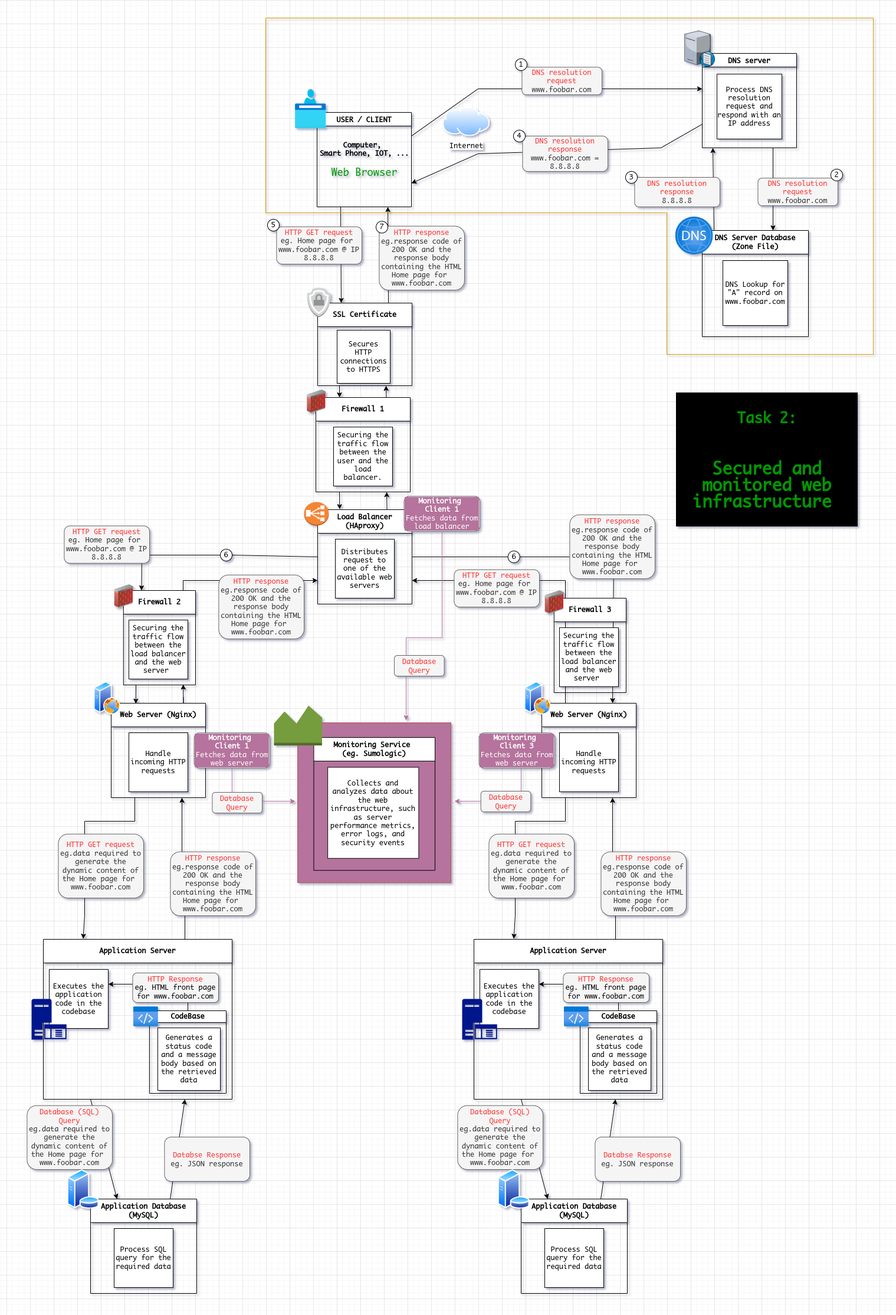
EskiasYilma/alx-system_engineering-devops keeps this draw.io diagram as 0x09-web_infrastructure_design/2-secured_and_monitored_web_infrastructure.png. Above is the earlier version. Source tidied: cells renumbered, new cells last; positions are measured from the earlier drawing's top-left corner, leaving out a move shared by most shapes.
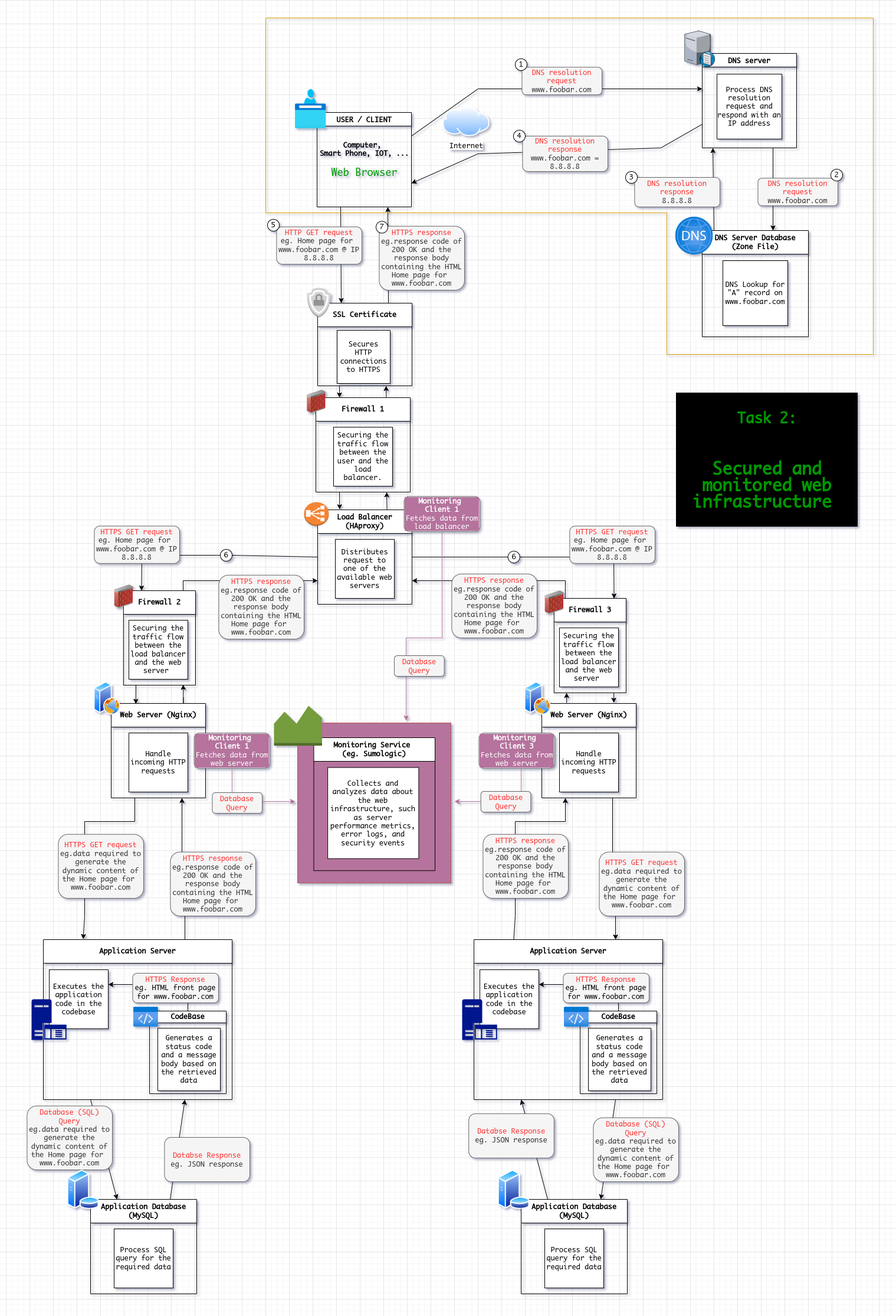
After the commit.

Diff of the diagram source:
```diff
@@ -24,7 +24,7 @@
     <mxCell id="7" style="group;fontFamily=Monaco;" parent="2" vertex="1">
       <mxGeometry x="137" y="37" width="160" height="70" as="geometry" />
     </mxCell>
-    <mxCell id="8" value="&lt;font color=&quot;#ff3333&quot;&gt;HTTP Response&lt;/font&gt;&lt;br&gt;&lt;font color=&quot;#000000&quot;&gt;eg. HTML front page for www.foobar.com&lt;/font&gt;" style="rounded=1;whiteSpace=wrap;html=1;fillColor=#f5f5f5;strokeColor=#666666;fontColor=#333333;fontFamily=Monaco;" parent="7" vertex="1">
+    <mxCell id="8" value="&lt;font color=&quot;#ff3333&quot;&gt;HTTPS Response&lt;/font&gt;&lt;br&gt;&lt;font color=&quot;#000000&quot;&gt;eg. HTML front page for www.foobar.com&lt;/font&gt;" style="rounded=1;whiteSpace=wrap;html=1;fillColor=#f5f5f5;strokeColor=#666666;fontColor=#333333;fontFamily=Monaco;" parent="7" vertex="1">
       <mxGeometry x="14.4" y="20" width="145.6" height="50" as="geometry" />
     </mxCell>
     <mxCell id="9" style="html=1;align=center;image;fontSize=12;image=img/lib/azure2/general/Code.svg;labelBackgroundColor=#000000;fontFamily=Monaco;fontColor=#009900;" parent="2" vertex="1">
@@ -137,7 +137,7 @@
     <mxCell id="37" style="group;fontFamily=Monaco;" parent="1" vertex="1">
       <mxGeometry x="53" y="1361" width="160" height="130" as="geometry" />
     </mxCell>
-    <mxCell id="38" value="&lt;font color=&quot;#ff3333&quot;&gt;HTTP GET request&lt;br&gt;&lt;/font&gt;eg.data required to generate the dynamic content of the Home page for&amp;nbsp;&lt;br&gt;www.foobar.com" style="rounded=1;whiteSpace=wrap;html=1;fillColor=#f5f5f5;strokeColor=#666666;fontColor=#333333;fontFamily=Monaco;" parent="37" vertex="1">
+    <mxCell id="38" value="&lt;font color=&quot;#ff3333&quot;&gt;HTTPS GET request&lt;br&gt;&lt;/font&gt;eg.data required to generate the dynamic content of the Home page for&amp;nbsp;&lt;br&gt;www.foobar.com" style="rounded=1;whiteSpace=wrap;html=1;fillColor=#f5f5f5;strokeColor=#666666;fontColor=#333333;fontFamily=Monaco;" parent="37" vertex="1">
       <mxGeometry x="15.4" y="21.7" width="144.6" height="108.3" as="geometry" />
     </mxCell>
     <mxCell id="39" value="Application Database (MySQL)" style="swimlane;whiteSpace=wrap;startSize=40;fontFamily=Monaco;" parent="1" vertex="1">
@@ -175,7 +175,7 @@
     <mxCell id="48" style="group;fontFamily=Monaco;" parent="1" vertex="1">
       <mxGeometry x="243" y="1391" width="160" height="130" as="geometry" />
     </mxCell>
-    <mxCell id="49" value="&lt;font color=&quot;#ff3333&quot;&gt;HTTP response&lt;br&gt;&lt;/font&gt;eg.response code of 200 OK and the response body containing the HTML Home page for&amp;nbsp;&lt;br&gt;www.foobar.com" style="rounded=1;whiteSpace=wrap;html=1;fillColor=#f5f5f5;strokeColor=#666666;fontColor=#333333;fontFamily=Monaco;" parent="48" vertex="1">
+    <mxCell id="49" value="&lt;font color=&quot;#ff3333&quot;&gt;HTTPS response&lt;br&gt;&lt;/font&gt;eg.response code of 200 OK and the response body containing the HTML Home page for&amp;nbsp;&lt;br&gt;www.foobar.com" style="rounded=1;whiteSpace=wrap;html=1;fillColor=#f5f5f5;strokeColor=#666666;fontColor=#333333;fontFamily=Monaco;" parent="48" vertex="1">
       <mxGeometry x="15.4" y="21.7" width="144.6" height="108.3" as="geometry" />
     </mxCell>
     <mxCell id="50" style="endArrow=classic;html=1;rounded=0;fontColor=#000000;entryX=0.75;entryY=1;entryDx=0;entryDy=0;fontFamily=Monaco;exitX=0.75;exitY=0;exitDx=0;exitDy=0;" parent="1" edge="1" source="113" target="16">
@@ -253,7 +253,7 @@
     <mxCell id="68" style="group;fontFamily=Monaco;" parent="63" vertex="1">
       <mxGeometry x="137" y="37" width="160" height="70" as="geometry" />
     </mxCell>
-    <mxCell id="69" value="&lt;font color=&quot;#ff3333&quot;&gt;HTTP Response&lt;/font&gt;&lt;br&gt;&lt;font color=&quot;#000000&quot;&gt;eg. HTML front page for www.foobar.com&lt;/font&gt;" style="rounded=1;whiteSpace=wrap;html=1;fillColor=#f5f5f5;strokeColor=#666666;fontColor=#333333;fontFamily=Monaco;" parent="68" vertex="1">
+    <mxCell id="69" value="&lt;font color=&quot;#ff3333&quot;&gt;HTTPS Response&lt;/font&gt;&lt;br&gt;&lt;font color=&quot;#000000&quot;&gt;eg. HTML front page for www.foobar.com&lt;/font&gt;" style="rounded=1;whiteSpace=wrap;html=1;fillColor=#f5f5f5;strokeColor=#666666;fontColor=#333333;fontFamily=Monaco;" parent="68" vertex="1">
       <mxGeometry x="14.4" y="20" width="145.6" height="50" as="geometry" />
     </mxCell>
     <mxCell id="70" style="html=1;align=center;image;fontSize=12;image=img/lib/azure2/general/Code.svg;labelBackgroundColor=#000000;fontFamily=Monaco;fontColor=#009900;" parent="63" vertex="1">
@@ -265,57 +265,45 @@
     <mxCell id="72" value="Handle incoming HTTP requests" style="whiteSpace=wrap;html=1;spacing=3;fontFamily=Monaco;" parent="71" vertex="1">
       <mxGeometry x="30" y="50" width="100" height="100" as="geometry" />
     </mxCell>
-    <mxCell id="73" style="endArrow=classic;html=1;rounded=0;exitX=0.25;exitY=1;exitDx=0;exitDy=0;entryX=0.211;entryY=-0.003;entryDx=0;entryDy=0;entryPerimeter=0;fontFamily=Monaco;" parent="1" edge="1" source="71" target="63">
+    <mxCell id="73" style="endArrow=classic;html=1;rounded=0;exitX=0.211;exitY=-0.003;exitDx=0;exitDy=0;entryX=0.25;entryY=1;entryDx=0;entryDy=0;fontFamily=Monaco;exitPerimeter=0;" parent="1" edge="1" source="63" target="71">
       <mxGeometry relative="1" as="geometry">
         <Array as="points">
+          <mxPoint x="843" y="1521" />
+          <mxPoint x="843" y="1361" />
           <mxPoint x="928" y="1361" />
-          <mxPoint x="843" y="1361" />
-          <mxPoint x="843" y="1521" />
         </Array>
       </mxGeometry>
     </mxCell>
-    <mxCell id="74" style="group;fontFamily=Monaco;" parent="1" vertex="1">
-      <mxGeometry x="783" y="1361" width="160" height="130" as="geometry" />
-    </mxCell>
-    <mxCell id="75" value="&lt;font color=&quot;#ff3333&quot;&gt;HTTP GET request&lt;br&gt;&lt;/font&gt;eg.data required to generate the dynamic content of the Home page for&amp;nbsp;&lt;br&gt;www.foobar.com" style="rounded=1;whiteSpace=wrap;html=1;fillColor=#f5f5f5;strokeColor=#666666;fontColor=#333333;fontFamily=Monaco;" parent="74" vertex="1">
-      <mxGeometry x="15.4" y="21.7" width="144.6" height="108.3" as="geometry" />
-    </mxCell>
     <mxCell id="76" value="Application Database (MySQL)" style="swimlane;whiteSpace=wrap;startSize=40;fontFamily=Monaco;" parent="1" vertex="1">
       <mxGeometry x="853" y="2001" width="180" height="160" as="geometry" />
     </mxCell>
     <mxCell id="77" value="Process SQL query for the required data" style="whiteSpace=wrap;html=1;fontFamily=Monaco;" parent="76" vertex="1">
       <mxGeometry x="40" y="50" width="100" height="100" as="geometry" />
     </mxCell>
-    <mxCell id="78" style="endArrow=classic;html=1;rounded=0;fontColor=#FF3333;entryX=0.25;entryY=0;entryDx=0;entryDy=0;exitX=0.25;exitY=1;exitDx=0;exitDy=0;fontFamily=Monaco;" parent="1" edge="1" source="63" target="76">
+    <mxCell id="78" style="endArrow=classic;html=1;rounded=0;fontColor=#FF3333;entryX=0.25;entryY=1;entryDx=0;entryDy=0;exitX=0.25;exitY=0;exitDx=0;exitDy=0;fontFamily=Monaco;" parent="1" edge="1" source="76" target="63">
       <mxGeometry relative="1" as="geometry" />
     </mxCell>
-    <mxCell id="79" style="group;fontFamily=Monaco;" parent="1" vertex="1">
-      <mxGeometry x="730" y="1821" width="160" height="130" as="geometry" />
-    </mxCell>
-    <mxCell id="80" value="&lt;font color=&quot;#ff3333&quot;&gt;Database (SQL) Query&lt;br&gt;&lt;/font&gt;eg.data required to generate the dynamic content of the Home page for&amp;nbsp;&lt;br&gt;www.foobar.com" style="rounded=1;whiteSpace=wrap;html=1;fillColor=#f5f5f5;strokeColor=#666666;fontColor=#333333;fontFamily=Monaco;" parent="79" vertex="1">
-      <mxGeometry x="15.4" y="21.7" width="144.6" height="108.3" as="geometry" />
-    </mxCell>
-    <mxCell id="81" style="endArrow=classic;html=1;rounded=0;fontColor=#FF3333;exitX=0.75;exitY=0;exitDx=0;exitDy=0;fontFamily=Monaco;entryX=0.75;entryY=1;entryDx=0;entryDy=0;" parent="1" edge="1" source="76" target="63">
+    <mxCell id="81" style="endArrow=classic;html=1;rounded=0;fontColor=#FF3333;exitX=0.75;exitY=1;exitDx=0;exitDy=0;fontFamily=Monaco;entryX=0.75;entryY=0;entryDx=0;entryDy=0;" parent="1" edge="1" source="63" target="76">
       <mxGeometry relative="1" as="geometry" />
     </mxCell>
     <mxCell id="82" style="group;fontFamily=Monaco;" parent="1" vertex="1">
-      <mxGeometry x="963" y="1881" width="160" height="90" as="geometry" />
+      <mxGeometry x="748.8" y="1840.8" width="160" height="90" as="geometry" />
     </mxCell>
     <mxCell id="83" value="&lt;font color=&quot;#ff3333&quot;&gt;Databse Response&lt;br&gt;&lt;/font&gt;eg. JSON response" style="rounded=1;whiteSpace=wrap;html=1;fillColor=#f5f5f5;strokeColor=#666666;fontColor=#333333;fontFamily=Monaco;" parent="82" vertex="1">
       <mxGeometry x="15.4" y="15" width="144.6" height="75" as="geometry" />
     </mxCell>
-    <mxCell id="84" style="endArrow=classic;html=1;rounded=0;fontColor=#000000;exitX=0.75;exitY=0;exitDx=0;exitDy=0;entryX=0.75;entryY=1;entryDx=0;entryDy=0;fontFamily=Monaco;" parent="1" edge="1" source="63" target="71">
+    <mxCell id="84" style="endArrow=classic;html=1;rounded=0;fontColor=#000000;exitX=0.75;exitY=1;exitDx=0;exitDy=0;entryX=0.75;entryY=0;entryDx=0;entryDy=0;fontFamily=Monaco;" parent="1" edge="1" source="71" target="63">
       <mxGeometry relative="1" as="geometry">
         <Array as="points">
+          <mxPoint x="1008" y="1481" />
           <mxPoint x="1013" y="1481" />
-          <mxPoint x="1008" y="1481" />
         </Array>
       </mxGeometry>
     </mxCell>
     <mxCell id="85" style="group;fontFamily=Monaco;" parent="1" vertex="1">
-      <mxGeometry x="973" y="1391" width="160" height="130" as="geometry" />
+      <mxGeometry x="773" y="1361" width="160" height="130" as="geometry" />
     </mxCell>
-    <mxCell id="86" value="&lt;font color=&quot;#ff3333&quot;&gt;HTTP response&lt;br&gt;&lt;/font&gt;eg.response code of 200 OK and the response body containing the HTML Home page for&amp;nbsp;&lt;br&gt;www.foobar.com" style="rounded=1;whiteSpace=wrap;html=1;fillColor=#f5f5f5;strokeColor=#666666;fontColor=#333333;fontFamily=Monaco;" parent="85" vertex="1">
+    <mxCell id="86" value="&lt;font color=&quot;#ff3333&quot;&gt;HTTPS response&lt;br&gt;&lt;/font&gt;eg.response code of 200 OK and the response body containing the HTML Home page for&amp;nbsp;&lt;br&gt;www.foobar.com" style="rounded=1;whiteSpace=wrap;html=1;fillColor=#f5f5f5;strokeColor=#666666;fontColor=#333333;fontFamily=Monaco;" parent="85" vertex="1">
       <mxGeometry x="15.4" y="21.7" width="144.6" height="108.3" as="geometry" />
     </mxCell>
     <mxCell id="87" style="perimeter=ellipsePerimeter;html=1;align=center;shadow=0;dashed=0;spacingTop=3;image;image=img/lib/active_directory/database_server.svg;fontFamily=Monaco;fontSize=17;fontColor=#009900;" parent="1" vertex="1">
@@ -344,9 +332,9 @@
       </mxGeometry>
     </mxCell>
     <mxCell id="94" style="group;fontFamily=Monaco;" parent="1" vertex="1">
-      <mxGeometry x="63" y="847.8" width="160" height="76" as="geometry" />
+      <mxGeometry x="114" y="847.8" width="160" height="76" as="geometry" />
     </mxCell>
-    <mxCell id="95" value="&lt;font color=&quot;#ff3333&quot;&gt;HTTP GET request&lt;br&gt;&lt;/font&gt;eg. Home page for&amp;nbsp;&lt;br&gt;www.foobar.com @ IP 8.8.8.8" style="rounded=1;whiteSpace=wrap;html=1;fillColor=#f5f5f5;strokeColor=#666666;fontColor=#333333;fontFamily=Monaco;" parent="94" vertex="1">
+    <mxCell id="95" value="&lt;font color=&quot;#ff3333&quot;&gt;HTTPS GET request&lt;br&gt;&lt;/font&gt;eg. Home page for&amp;nbsp;&lt;br&gt;www.foobar.com @ IP 8.8.8.8" style="rounded=1;whiteSpace=wrap;html=1;fillColor=#f5f5f5;strokeColor=#666666;fontColor=#333333;fontFamily=Monaco;" parent="94" vertex="1">
       <mxGeometry x="15.4" y="12.7" width="144.6" height="63.3" as="geometry" />
     </mxCell>
     <mxCell id="96" style="endArrow=classic;html=1;rounded=0;entryX=0;entryY=0.75;entryDx=0;entryDy=0;" parent="1" edge="1" target="120">
@@ -360,23 +348,17 @@
     <mxCell id="97" style="group;fontFamily=Monaco;" parent="1" vertex="1">
       <mxGeometry x="325" y="922" width="160" height="130" as="geometry" />
     </mxCell>
-    <mxCell id="98" value="&lt;font color=&quot;#ff3333&quot;&gt;HTTP response&lt;br&gt;&lt;/font&gt;eg.response code of 200 OK and the response body containing the HTML Home page for&amp;nbsp;&lt;br&gt;www.foobar.com" style="rounded=1;whiteSpace=wrap;html=1;fillColor=#f5f5f5;strokeColor=#666666;fontColor=#333333;fontFamily=Monaco;" parent="97" vertex="1">
+    <mxCell id="98" value="&lt;font color=&quot;#ff3333&quot;&gt;HTTPS response&lt;br&gt;&lt;/font&gt;eg.response code of 200 OK and the response body containing the HTML Home page for&amp;nbsp;&lt;br&gt;www.foobar.com" style="rounded=1;whiteSpace=wrap;html=1;fillColor=#f5f5f5;strokeColor=#666666;fontColor=#333333;fontFamily=Monaco;" parent="97" vertex="1">
       <mxGeometry x="15.4" y="21.7" width="144.6" height="108.3" as="geometry" />
     </mxCell>
-    <mxCell id="99" style="endArrow=classic;html=1;rounded=0;exitX=0.25;exitY=0;exitDx=0;exitDy=0;entryX=1;entryY=0.75;entryDx=0;entryDy=0;" parent="1" edge="1" source="71" target="120">
+    <mxCell id="99" style="endArrow=classic;html=1;rounded=0;entryX=1;entryY=0.75;entryDx=0;entryDy=0;exitX=0.802;exitY=1.019;exitDx=0;exitDy=0;exitPerimeter=0;" parent="1" edge="1" source="129" target="120">
       <mxGeometry relative="1" as="geometry">
         <Array as="points">
           <mxPoint x="928" y="953" />
         </Array>
       </mxGeometry>
     </mxCell>
-    <mxCell id="100" style="group;fontFamily=Monaco;" parent="1" vertex="1">
-      <mxGeometry x="724" y="922" width="160" height="76" as="geometry" />
-    </mxCell>
-    <mxCell id="101" value="&lt;font color=&quot;#ff3333&quot;&gt;HTTP GET request&lt;br&gt;&lt;/font&gt;eg. Home page for&amp;nbsp;&lt;br&gt;www.foobar.com @ IP 8.8.8.8" style="rounded=1;whiteSpace=wrap;html=1;fillColor=#f5f5f5;strokeColor=#666666;fontColor=#333333;fontFamily=Monaco;" parent="100" vertex="1">
-      <mxGeometry x="15.4" y="12.7" width="144.6" height="63.3" as="geometry" />
-    </mxCell>
-    <mxCell id="102" style="endArrow=classic;html=1;rounded=0;exitX=1;exitY=0.5;exitDx=0;exitDy=0;entryX=0.75;entryY=0;entryDx=0;entryDy=0;startArrow=none;" parent="1" edge="1" source="110" target="71">
+    <mxCell id="102" style="endArrow=classic;html=1;rounded=0;exitX=1;exitY=0.5;exitDx=0;exitDy=0;entryX=0.833;entryY=0.002;entryDx=0;entryDy=0;startArrow=none;entryPerimeter=0;" parent="1" edge="1" source="110" target="127">
       <mxGeometry relative="1" as="geometry">
         <Array as="points">
           <mxPoint x="1010" y="913" />
@@ -384,15 +366,15 @@
       </mxGeometry>
     </mxCell>
     <mxCell id="103" style="group;fontFamily=Monaco;" parent="1" vertex="1">
-      <mxGeometry x="920" y="820" width="160" height="130" as="geometry" />
+      <mxGeometry x="720" y="920" width="160" height="130" as="geometry" />
     </mxCell>
-    <mxCell id="104" value="&lt;font color=&quot;#ff3333&quot;&gt;HTTP response&lt;br&gt;&lt;/font&gt;eg.response code of 200 OK and the response body containing the HTML Home page for&amp;nbsp;&lt;br&gt;www.foobar.com" style="rounded=1;whiteSpace=wrap;html=1;fillColor=#f5f5f5;strokeColor=#666666;fontColor=#333333;fontFamily=Monaco;" parent="103" vertex="1">
+    <mxCell id="104" value="&lt;font color=&quot;#ff3333&quot;&gt;HTTPS response&lt;br&gt;&lt;/font&gt;eg.response code of 200 OK and the response body containing the HTML Home page for&amp;nbsp;&lt;br&gt;www.foobar.com" style="rounded=1;whiteSpace=wrap;html=1;fillColor=#f5f5f5;strokeColor=#666666;fontColor=#333333;fontFamily=Monaco;" parent="103" vertex="1">
       <mxGeometry x="15.4" y="21.7" width="144.6" height="108.3" as="geometry" />
     </mxCell>
     <mxCell id="105" style="group;fontFamily=Monaco;" parent="1" vertex="1">
       <mxGeometry x="597" y="331" width="160" height="130" as="geometry" />
     </mxCell>
-    <mxCell id="106" value="&lt;font color=&quot;#ff3333&quot;&gt;HTTP response&lt;br&gt;&lt;/font&gt;eg.response code of 200 OK and the response body containing the HTML Home page for&amp;nbsp;&lt;br&gt;www.foobar.com" style="rounded=1;whiteSpace=wrap;html=1;fillColor=#f5f5f5;strokeColor=#666666;fontColor=#333333;fontFamily=Monaco;" parent="105" vertex="1">
+    <mxCell id="106" value="&lt;font color=&quot;#ff3333&quot;&gt;HTTPS response&lt;br&gt;&lt;/font&gt;eg.response code of 200 OK and the response body containing the HTML Home page for&amp;nbsp;&lt;br&gt;www.foobar.com" style="rounded=1;whiteSpace=wrap;html=1;fillColor=#f5f5f5;strokeColor=#666666;fontColor=#333333;fontFamily=Monaco;" parent="105" vertex="1">
       <mxGeometry x="15.4" y="21.7" width="144.6" height="108.3" as="geometry" />
     </mxCell>
     <mxCell id="107" value="7" style="ellipse;whiteSpace=wrap;html=1;fontFamily=Monaco;" parent="105" vertex="1">
@@ -568,5 +550,35 @@
     <mxCell id="152" value="&lt;font color=&quot;#ff3333&quot;&gt;Database Query&lt;/font&gt;" style="rounded=1;whiteSpace=wrap;html=1;fillColor=#f5f5f5;strokeColor=#666666;fontColor=#333333;fontFamily=Monaco;" parent="1" vertex="1">
       <mxGeometry x="329.4" y="1312" width="84.6" height="35" as="geometry" />
     </mxCell>
+    <mxCell id="100" style="group;fontFamily=Monaco;" parent="1" vertex="1">
+      <mxGeometry x="920" y="847.8" width="160" height="76" as="geometry" />
+    </mxCell>
+    <mxCell id="101" value="&lt;font color=&quot;#ff3333&quot;&gt;HTTPS GET request&lt;br&gt;&lt;/font&gt;eg. Home page for&amp;nbsp;&lt;br&gt;www.foobar.com @ IP 8.8.8.8" style="rounded=1;whiteSpace=wrap;html=1;fillColor=#f5f5f5;strokeColor=#666666;fontColor=#333333;fontFamily=Monaco;" parent="100" vertex="1">
+      <mxGeometry x="15.4" y="12.7" width="144.6" height="63.3" as="geometry" />
+    </mxCell>
+    <mxCell id="153" style="endArrow=classic;html=1;rounded=0;fontFamily=Monaco;fontSize=15;" parent="1" edge="1">
+      <mxGeometry relative="1" as="geometry">
+        <mxPoint x="930.2" y="1160" as="sourcePoint" />
+        <mxPoint x="930" y="1143" as="targetPoint" />
+      </mxGeometry>
+    </mxCell>
+    <mxCell id="154" style="endArrow=classic;html=1;rounded=0;fontFamily=Monaco;fontSize=15;" parent="1" edge="1">
+      <mxGeometry relative="1" as="geometry">
+        <mxPoint x="1010.2" y="1143" as="sourcePoint" />
+        <mxPoint x="1010" y="1160" as="targetPoint" />
+      </mxGeometry>
+    </mxCell>
+    <mxCell id="74" style="group;fontFamily=Monaco;" parent="1" vertex="1">
+      <mxGeometry x="970" y="1391" width="160" height="130" as="geometry" />
+    </mxCell>
+    <mxCell id="75" value="&lt;font color=&quot;#ff3333&quot;&gt;HTTPS GET request&lt;br&gt;&lt;/font&gt;eg.data required to generate the dynamic content of the Home page for&amp;nbsp;&lt;br&gt;www.foobar.com" style="rounded=1;whiteSpace=wrap;html=1;fillColor=#f5f5f5;strokeColor=#666666;fontColor=#333333;fontFamily=Monaco;" parent="74" vertex="1">
+      <mxGeometry x="15.4" y="21.7" width="144.6" height="108.3" as="geometry" />
+    </mxCell>
+    <mxCell id="79" style="group;fontFamily=Monaco;" parent="1" vertex="1">
+      <mxGeometry x="960" y="1841" width="160" height="130" as="geometry" />
+    </mxCell>
+    <mxCell id="80" value="&lt;font color=&quot;#ff3333&quot;&gt;Database (SQL) Query&lt;br&gt;&lt;/font&gt;eg.data required to generate the dynamic content of the Home page for&amp;nbsp;&lt;br&gt;www.foobar.com" style="rounded=1;whiteSpace=wrap;html=1;fillColor=#f5f5f5;strokeColor=#666666;fontColor=#333333;fontFamily=Monaco;" parent="79" vertex="1">
+      <mxGeometry x="15.4" y="21.7" width="144.6" height="108.3" as="geometry" />
+    </mxCell>
   </root>
 </mxGraphModel>
```
